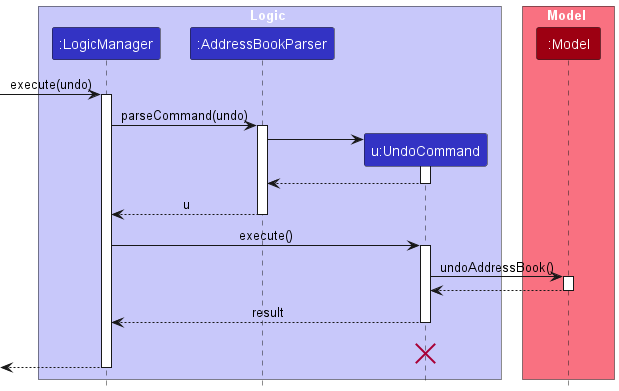
Earlier version of the PlantUML export docs/images/UndoSequenceDiagram-Logic.png (nus-cs2103-AY2425S1/tp). Source of this version:
```plantuml
@startuml
!include style.puml
skinparam ArrowFontStyle plain

box Logic LOGIC_COLOR_T1
participant ":LogicManager" as LogicManager LOGIC_COLOR
participant ":AddressBookParser" as AddressBookParser LOGIC_COLOR
participant "u:UndoCommand" as UndoCommand LOGIC_COLOR
end box

box Model MODEL_COLOR_T1
participant ":Model" as Model MODEL_COLOR
end box
[-> LogicManager : execute(undo)
activate LogicManager

LogicManager -> AddressBookParser : parseCommand(undo)
activate AddressBookParser

create UndoCommand
AddressBookParser -> UndoCommand
activate UndoCommand

UndoCommand --> AddressBookParser
deactivate UndoCommand

AddressBookParser --> LogicManager : u
deactivate AddressBookParser

LogicManager -> UndoCommand : execute()
activate UndoCommand

UndoCommand -> Model : undoAddressBook()
activate Model

Model --> UndoCommand
deactivate Model

UndoCommand --> LogicManager : result
deactivate UndoCommand
UndoCommand -[hidden]-> LogicManager : result
destroy UndoCommand

[<--LogicManager
deactivate LogicManager
@enduml
```
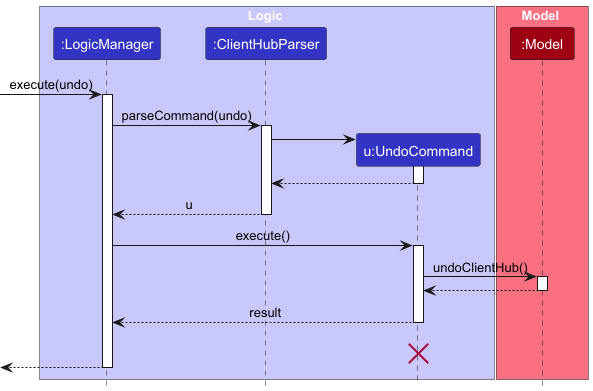
The same file after the commit.

Commit message:
Update user guide and developer guide Update DeleteSequenceDiagram Update UndoSequenceDiagram-Logic Update UndoSequenceDiagram-Model Update FindCommand and FindNameCommand in the UG

Change to the diagram source:
```diff
@@ -4,7 +4,7 @@
 
 box Logic LOGIC_COLOR_T1
 participant ":LogicManager" as LogicManager LOGIC_COLOR
-participant ":AddressBookParser" as AddressBookParser LOGIC_COLOR
+participant ":ClientHubParser" as AddressBookParser LOGIC_COLOR
 participant "u:UndoCommand" as UndoCommand LOGIC_COLOR
 end box
 
@@ -30,7 +30,7 @@
 LogicManager -> UndoCommand : execute()
 activate UndoCommand
 
-UndoCommand -> Model : undoAddressBook()
+UndoCommand -> Model : undoClientHub()
 activate Model
 
 Model --> UndoCommand
```
